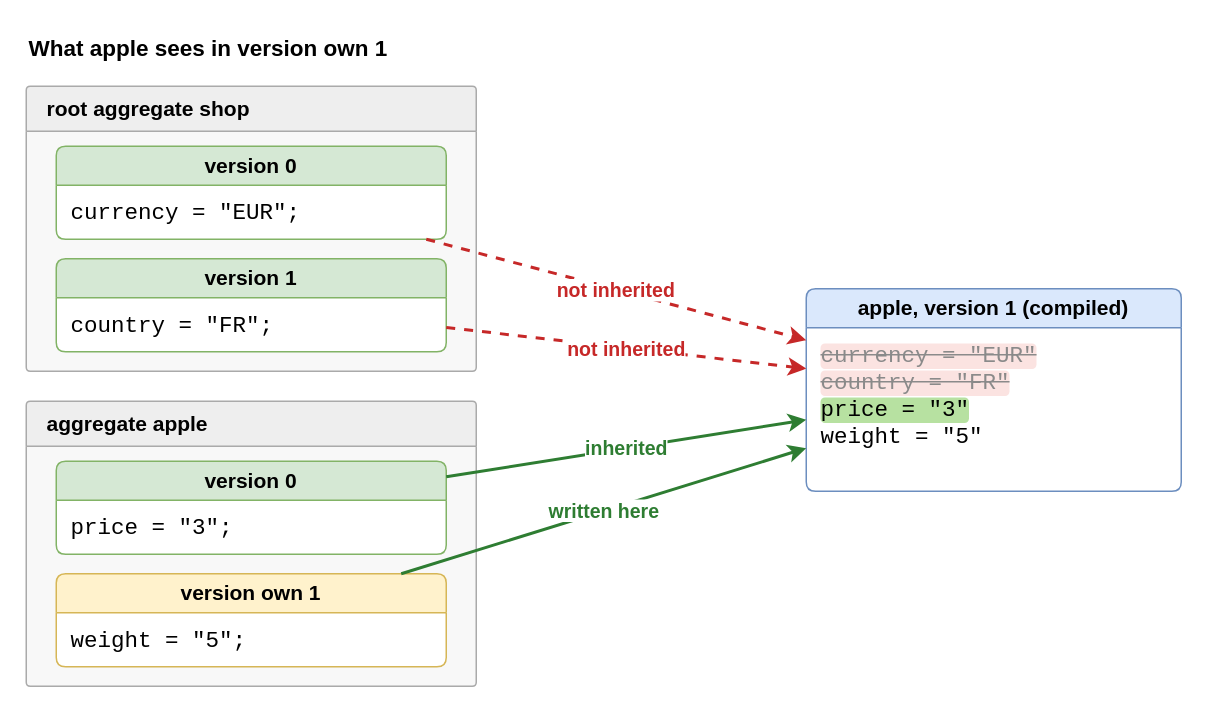
The draw.io diagram drawio/29_mode_own.drawio in goloveshin/galimatron_doc, before the edit. Source tidied: cells renumbered, new cells numbered last; positions are measured from the earlier drawing's top-left corner, leaving out a move shared by most shapes. Both pictures are drawn from the tidied source at 150%, with x=0, y=0 at pixel (26, 26).
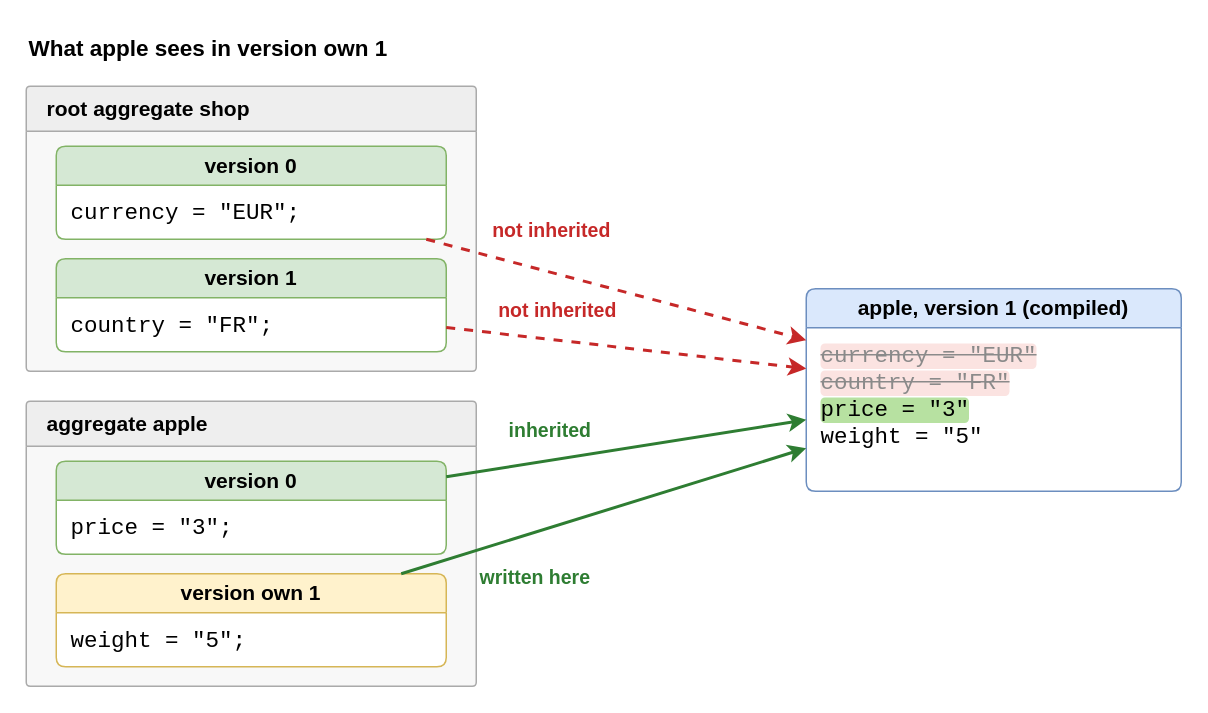
The same diagram, later.

Unchanged cells that the change refers to:
```xml
<mxCell id="5" value="version 0" style="swimlane;whiteSpace=wrap;html=1;rounded=1;arcSize=8;startSize=26;fillColor=#d5e8d4;strokeColor=#82b366;swimlaneFillColor=#ffffff;fontStyle=1;fontSize=14;align=center;" parent="1" vertex="1">
  <mxGeometry x="20" y="80" width="260" height="62" as="geometry" />
</mxCell>
<mxCell id="7" value="version 1" style="swimlane;whiteSpace=wrap;html=1;rounded=1;arcSize=8;startSize=26;fillColor=#d5e8d4;strokeColor=#82b366;swimlaneFillColor=#ffffff;fontStyle=1;fontSize=14;align=center;" parent="1" vertex="1">
  <mxGeometry x="20" y="155" width="260" height="62" as="geometry" />
</mxCell>
<mxCell id="9" value="version 0" style="swimlane;whiteSpace=wrap;html=1;rounded=1;arcSize=8;startSize=26;fillColor=#d5e8d4;strokeColor=#82b366;swimlaneFillColor=#ffffff;fontStyle=1;fontSize=14;align=center;" parent="1" vertex="1">
  <mxGeometry x="20" y="290" width="260" height="62" as="geometry" />
</mxCell>
<mxCell id="11" value="version own 1" style="swimlane;whiteSpace=wrap;html=1;rounded=1;arcSize=8;startSize=26;fillColor=#fff2cc;strokeColor=#d6b656;swimlaneFillColor=#ffffff;fontStyle=1;fontSize=14;align=center;" parent="1" vertex="1">
  <mxGeometry x="20" y="365" width="260" height="62" as="geometry" />
</mxCell>
<mxCell id="13" value="apple, version 1 (compiled)" style="swimlane;whiteSpace=wrap;html=1;rounded=1;arcSize=8;startSize=26;fillColor=#dae8fc;strokeColor=#6c8ebf;swimlaneFillColor=#ffffff;fontStyle=1;fontSize=14;align=center;" parent="1" vertex="1">
  <mxGeometry x="520" y="175" width="250" height="135" as="geometry" />
</mxCell>
```

Change to the diagram source:
```diff
@@
-    <mxCell id="15" value="not inherited" style="endArrow=classic;html=1;strokeWidth=2;strokeColor=#c62828;fontColor=#c62828;fontStyle=1;fontSize=13;labelBackgroundColor=#ffffff;edgeStyle=none;dashed=1;" parent="1" edge="1" source="5" target="13">
-      <mxGeometry relative="1" as="geometry" />
+    <mxCell id="15" value="not inherited" style="endArrow=classic;html=1;strokeWidth=2;strokeColor=#c62828;fontColor=#c62828;fontStyle=1;fontSize=13;edgeStyle=none;dashed=1;" parent="1" edge="1" source="5" target="13">
+      <mxGeometry x="-0.4" relative="1" as="geometry">
+        <mxPoint x="7" y="-26" as="offset" />
+      </mxGeometry>
     </mxCell>
-    <mxCell id="16" value="not inherited" style="endArrow=classic;html=1;strokeWidth=2;strokeColor=#c62828;fontColor=#c62828;fontStyle=1;fontSize=13;labelBackgroundColor=#ffffff;edgeStyle=none;dashed=1;" parent="1" edge="1" source="7" target="13">
-      <mxGeometry relative="1" as="geometry" />
+    <mxCell id="16" value="not inherited" style="endArrow=classic;html=1;strokeWidth=2;strokeColor=#c62828;fontColor=#c62828;fontStyle=1;fontSize=13;edgeStyle=none;dashed=1;" parent="1" edge="1" source="7" target="13">
+      <mxGeometry x="-0.4" relative="1" as="geometry">
+        <mxPoint x="2" y="-20" as="offset" />
+      </mxGeometry>
     </mxCell>
-    <mxCell id="17" value="inherited" style="endArrow=classic;html=1;strokeWidth=2;strokeColor=#2e7d32;fontColor=#2e7d32;fontStyle=1;fontSize=13;labelBackgroundColor=#ffffff;edgeStyle=none;" parent="1" edge="1" source="9" target="13">
-      <mxGeometry relative="1" as="geometry" />
+    <mxCell id="17" value="inherited" style="endArrow=classic;html=1;strokeWidth=2;strokeColor=#2e7d32;fontColor=#2e7d32;fontStyle=1;fontSize=13;edgeStyle=none;" parent="1" edge="1" source="9" target="13">
+      <mxGeometry x="-0.4" relative="1" as="geometry">
+        <mxPoint x="-3" y="-20" as="offset" />
+      </mxGeometry>
     </mxCell>
-    <mxCell id="18" value="written here" style="endArrow=classic;html=1;strokeWidth=2;strokeColor=#2e7d32;fontColor=#2e7d32;fontStyle=1;fontSize=13;labelBackgroundColor=#ffffff;edgeStyle=none;" parent="1" edge="1" source="11" target="13">
-      <mxGeometry relative="1" as="geometry" />
+    <mxCell id="18" value="written here" style="endArrow=classic;html=1;strokeWidth=2;strokeColor=#2e7d32;fontColor=#2e7d32;fontStyle=1;fontSize=13;edgeStyle=none;" parent="1" edge="1" source="11" target="13">
+      <mxGeometry x="-0.4" relative="1" as="geometry">
+        <mxPoint x="8" y="27" as="offset" />
+      </mxGeometry>
     </mxCell>
```
